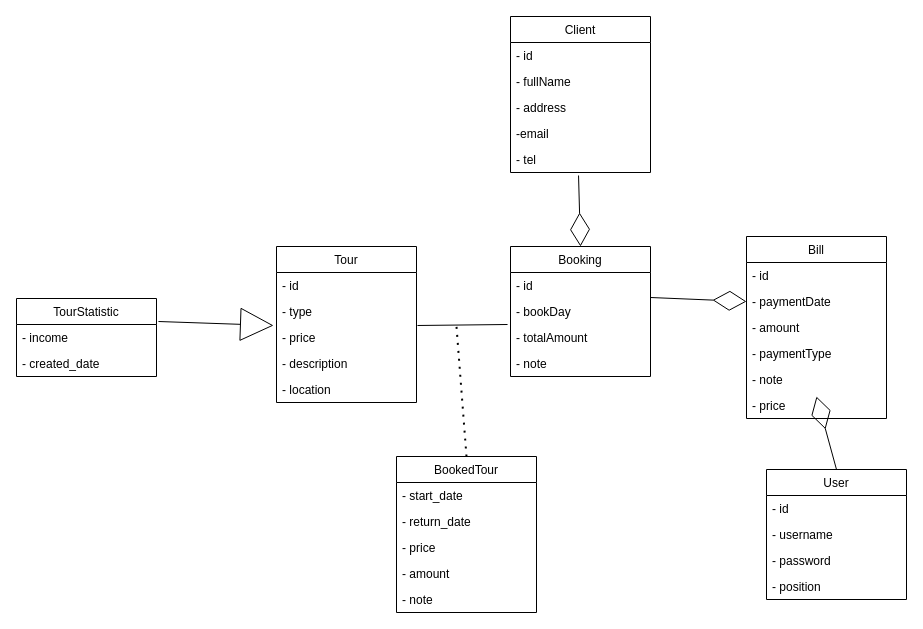
This is Untitled Diagram.drawio from thanhlongtld/classical_software_engineering, a draw.io file, before an edit. Source tidied: cells renumbered, new cells numbered last; positions are measured from the earlier drawing's top-left corner, leaving out a move shared by most shapes. Both pictures are drawn from the tidied source at 100%, with x=0, y=0 at pixel (16, 16).
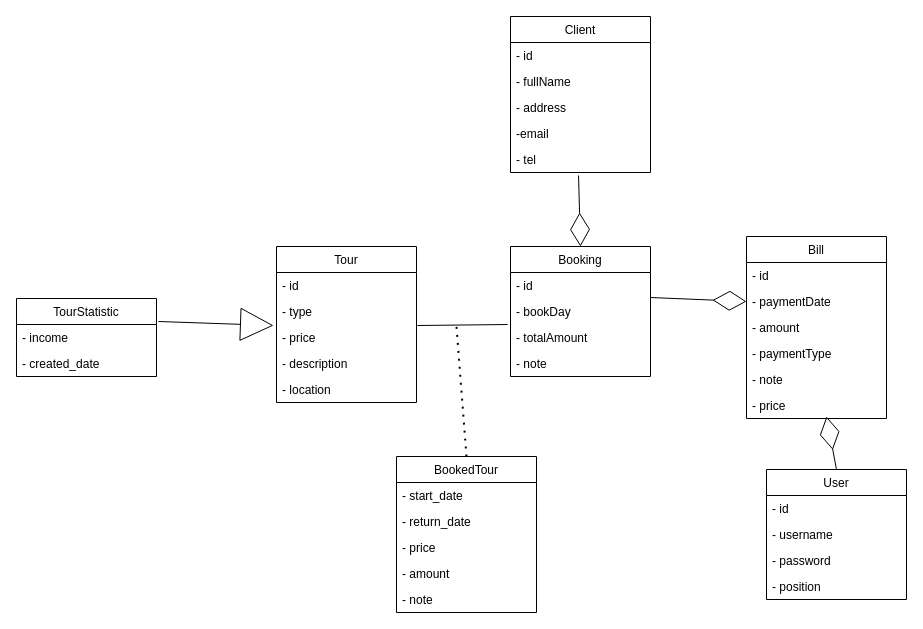
After the change.

Unchanged cells that the change refers to:
```xml
<mxCell id="24" value="- note" style="text;strokeColor=none;fillColor=none;align=left;verticalAlign=top;spacingLeft=4;spacingRight=4;overflow=hidden;points=[[0,0.5],[1,0.5]];portConstraint=eastwest;" parent="19" vertex="1">
  <mxGeometry y="130" width="140" height="26" as="geometry" />
</mxCell>
<mxCell id="35" value="User" style="swimlane;fontStyle=0;horizontal=1;startSize=26;fillColor=none;" parent="1" vertex="1">
  <mxGeometry x="750" y="453" width="140" height="130" as="geometry" />
</mxCell>
```

What changed in the source:
```diff
@@
-    <mxCell id="45" style="endArrow=diamondThin;html=1;exitX=0.5;exitY=0;exitDx=0;exitDy=0;entryX=0.5;entryY=1.154;entryDx=0;entryDy=0;endFill=0;endSize=31;entryPerimeter=0;" parent="1" edge="1" source="35" target="24">
-      <mxGeometry relative="1" as="geometry" />
+    <mxCell id="45" style="endArrow=diamondThin;html=1;exitX=0.5;exitY=0;exitDx=0;exitDy=0;endFill=0;endSize=31;" parent="1" edge="1" source="35">
+      <mxGeometry relative="1" as="geometry">
+        <mxPoint x="810" y="400" as="targetPoint" />
+      </mxGeometry>
     </mxCell>
```
